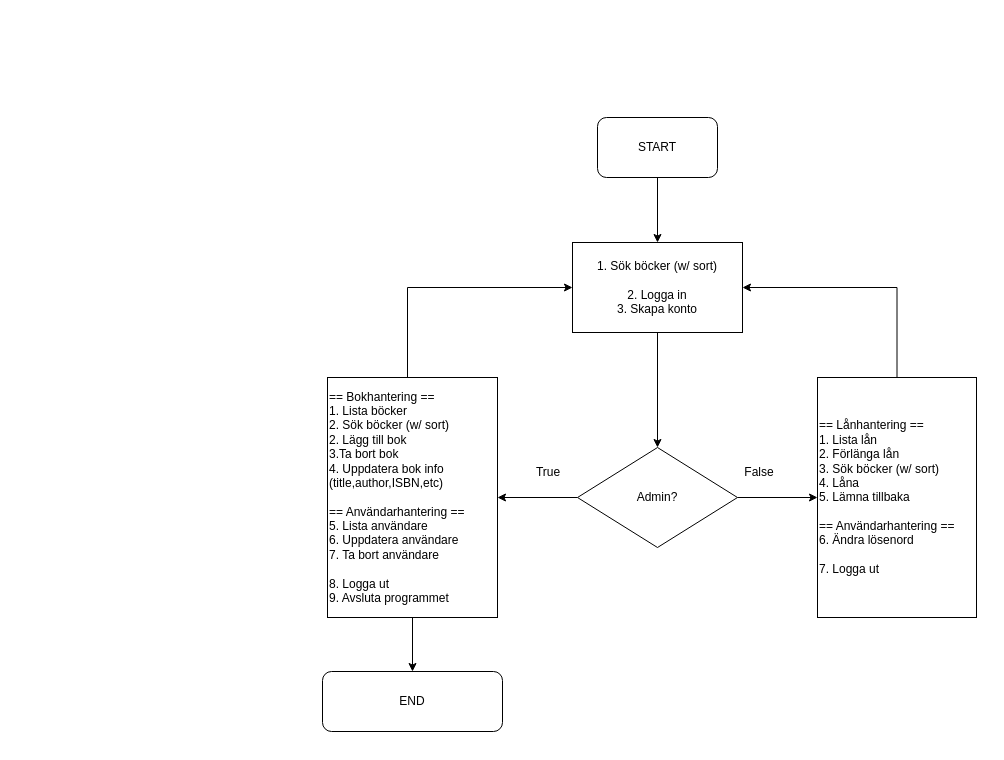
GeneSuelo/drawIO keeps this draw.io diagram as Planering.drawio. Above is the earlier version. Source tidied: cells renumbered, new cells numbered last; positions are measured from the earlier drawing's top-left corner, leaving out a move shared by most shapes. Both pictures are drawn from the tidied source at 100%, with x=0, y=0 at pixel (322, 117).
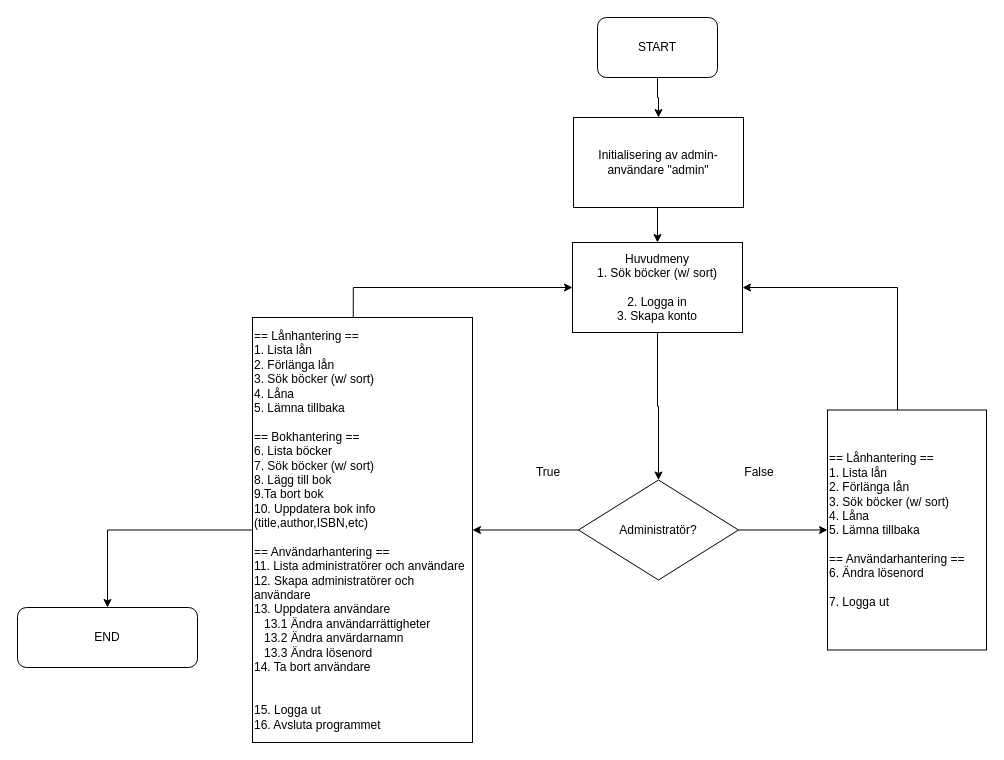
The same page after the edit.

What changed in the source:
```diff
@@
-    <mxCell id="3" style="edgeStyle=orthogonalEdgeStyle;rounded=0;jettySize=auto;html=1;" parent="1" edge="1" source="5" target="8">
-      <mxGeometry relative="1" as="geometry" />
-    </mxCell>
@@
-    <mxCell id="5" value="Admin?" style="rhombus;whiteSpace=wrap;html=1;" parent="1" vertex="1">
-      <mxGeometry x="255" y="330" width="160" height="100" as="geometry" />
+    <mxCell id="5" value="Administratör?" style="rhombus;whiteSpace=wrap;html=1;" parent="1" vertex="1">
+      <mxGeometry x="256" y="362.5" width="160" height="100" as="geometry" />
     </mxCell>
-    <mxCell id="6" style="edgeStyle=orthogonalEdgeStyle;rounded=0;jettySize=auto;html=1;entryX=0;entryY=0.5;entryDx=0;entryDy=0;" parent="1" edge="1" source="8" target="13">
+    <mxCell id="6" style="edgeStyle=orthogonalEdgeStyle;rounded=0;jettySize=auto;html=1;entryX=0;entryY=0.5;entryDx=0;entryDy=0;exitX=0.458;exitY=0.008;exitDx=0;exitDy=0;exitPerimeter=0;" parent="1" edge="1" source="8" target="13">
       <mxGeometry relative="1" as="geometry">
         <Array as="points">
-          <mxPoint x="85" y="170" />
+          <mxPoint x="31" y="170" />
         </Array>
       </mxGeometry>
     </mxCell>
@@
-    <mxCell id="8" value="&lt;div&gt;&lt;span style=&quot;&quot;&gt;== Bokhantering ==&lt;/span&gt;&lt;/div&gt;&lt;span style=&quot;&quot;&gt;1. Lista böcker&lt;/span&gt;&lt;div&gt;2. Sök böcker (w/ sort)&lt;br&gt;&lt;div&gt;2. Lägg till bok&lt;/div&gt;&lt;div&gt;3.Ta bort bok&lt;/div&gt;&lt;div&gt;4. Uppdatera bok info (title,author,ISBN,etc)&lt;/div&gt;&lt;div&gt;&lt;br&gt;&lt;/div&gt;&lt;div&gt;== Användarhantering ==&lt;br&gt;&lt;div style=&quot;&quot;&gt;5. Lista användare&lt;/div&gt;&lt;div style=&quot;&quot;&gt;6. Uppdatera användare&lt;/div&gt;&lt;div style=&quot;&quot;&gt;&lt;div&gt;&lt;div&gt;&lt;div&gt;7. Ta bort användare&lt;/div&gt;&lt;div&gt;&lt;br&gt;&lt;/div&gt;&lt;div&gt;8. Logga ut&lt;/div&gt;&lt;/div&gt;&lt;/div&gt;&lt;div&gt;9. Avsluta programmet&lt;/div&gt;&lt;/div&gt;&lt;/div&gt;&lt;/div&gt;" style="rounded=0;whiteSpace=wrap;html=1;align=left;" parent="1" vertex="1">
-      <mxGeometry x="5" y="260" width="170" height="240" as="geometry" />
+    <mxCell id="8" value="&lt;div&gt;&lt;div&gt;== Lånhantering ==&lt;/div&gt;1. Lista lån&lt;div&gt;2. Förlänga lån&lt;br&gt;&lt;div&gt;3. Sök böcker (w/ sort)&lt;br&gt;&lt;div&gt;&lt;div&gt;4. Låna&lt;span style=&quot;background-color: initial;&quot;&gt;&amp;nbsp;&lt;/span&gt;&lt;/div&gt;&lt;div&gt;5. Lämna tillbaka&lt;/div&gt;&lt;/div&gt;&lt;/div&gt;&lt;/div&gt;&lt;/div&gt;&lt;div&gt;&lt;span style=&quot;&quot;&gt;&lt;br&gt;&lt;/span&gt;&lt;/div&gt;&lt;div&gt;&lt;span style=&quot;&quot;&gt;== Bokhantering ==&lt;/span&gt;&lt;/div&gt;&lt;span style=&quot;&quot;&gt;6. Lista böcker&lt;/span&gt;&lt;div&gt;7. Sök böcker (w/ sort)&lt;br&gt;&lt;div&gt;8. Lägg till bok&lt;/div&gt;&lt;div&gt;9.Ta bort bok&lt;/div&gt;&lt;div&gt;10. Uppdatera bok info (title,author,ISBN,etc)&lt;/div&gt;&lt;div&gt;&lt;br&gt;&lt;/div&gt;&lt;div&gt;== Användarhantering ==&lt;br&gt;&lt;div style=&quot;&quot;&gt;11. Lista administratörer och användare&lt;/div&gt;&lt;div style=&quot;&quot;&gt;12. Skapa&amp;nbsp;&lt;span style=&quot;background-color: initial;&quot;&gt;administratörer och användare&lt;/span&gt;&lt;/div&gt;&lt;div style=&quot;&quot;&gt;13. Uppdatera användare&lt;/div&gt;&lt;div style=&quot;&quot;&gt;&amp;nbsp; &amp;nbsp;13.1&amp;nbsp;&lt;span style=&quot;background-color: initial;&quot;&gt;Ändra användarrättigheter&lt;/span&gt;&lt;span style=&quot;background-color: initial;&quot;&gt;&amp;nbsp;&lt;/span&gt;&lt;/div&gt;&lt;div style=&quot;&quot;&gt;&amp;nbsp; &amp;nbsp;13.2 Ändra anvärdarnamn&lt;/div&gt;&lt;div style=&quot;&quot;&gt;&amp;nbsp; &amp;nbsp;13.3&amp;nbsp;&lt;span style=&quot;background-color: initial;&quot;&gt;Ändra lösenord&lt;/span&gt;&lt;/div&gt;&lt;div style=&quot;&quot;&gt;&lt;div&gt;&lt;div&gt;14. Ta bort användare&lt;/div&gt;&lt;div&gt;&lt;br&gt;&lt;/div&gt;&lt;div&gt;&lt;br&gt;&lt;/div&gt;&lt;div&gt;15. Logga ut&lt;/div&gt;&lt;/div&gt;&lt;div&gt;16. Avsluta programmet&lt;/div&gt;&lt;/div&gt;&lt;/div&gt;&lt;/div&gt;" style="rounded=0;whiteSpace=wrap;html=1;align=left;" parent="1" vertex="1">
+      <mxGeometry x="-70" y="200" width="220" height="425" as="geometry" />
     </mxCell>
@@
     <mxCell id="10" value="&lt;div&gt;== Lånhantering ==&lt;/div&gt;1. Lista lån&lt;div&gt;2. Förlänga lån&lt;br&gt;&lt;div&gt;3. Sök böcker (w/ sort)&lt;br&gt;&lt;div&gt;&lt;div&gt;4. Låna&lt;span style=&quot;background-color: initial;&quot;&gt;&amp;nbsp;&lt;/span&gt;&lt;/div&gt;&lt;div&gt;5. Lämna tillbaka&lt;/div&gt;&lt;div&gt;&lt;br&gt;&lt;/div&gt;&lt;div&gt;== Användarhantering ==&lt;/div&gt;&lt;div&gt;6. Ändra lösenord&lt;/div&gt;&lt;div&gt;&lt;br&gt;&lt;/div&gt;&lt;div&gt;7. Logga ut&lt;/div&gt;&lt;/div&gt;&lt;/div&gt;&lt;/div&gt;" style="rounded=0;whiteSpace=wrap;html=1;align=left;" parent="1" vertex="1">
-      <mxGeometry x="495" y="260" width="159" height="240" as="geometry" />
+      <mxGeometry x="505" y="292.5" width="159" height="240" as="geometry" />
     </mxCell>
@@
-    <mxCell id="13" value="&lt;div&gt;1.&amp;nbsp;&lt;span style=&quot;text-align: left; background-color: initial;&quot;&gt;Sök böcker (w/ sort)&lt;/span&gt;&lt;/div&gt;&lt;div&gt;&lt;span style=&quot;text-align: left; background-color: initial;&quot;&gt;&lt;br&gt;&lt;/span&gt;&lt;/div&gt;2. Logga in&lt;div&gt;3. Skapa konto&lt;/div&gt;" style="rounded=0;whiteSpace=wrap;html=1;" parent="1" vertex="1">
+    <mxCell id="13" value="&lt;div&gt;Huvudmeny&lt;br&gt;1.&amp;nbsp;&lt;span style=&quot;text-align: left; background-color: initial;&quot;&gt;Sök böcker (w/ sort)&lt;/span&gt;&lt;/div&gt;&lt;div&gt;&lt;span style=&quot;text-align: left; background-color: initial;&quot;&gt;&lt;br&gt;&lt;/span&gt;&lt;/div&gt;2. Logga in&lt;div&gt;3. Skapa konto&lt;/div&gt;" style="rounded=0;whiteSpace=wrap;html=1;" parent="1" vertex="1">
       <mxGeometry x="250" y="125" width="170" height="90" as="geometry" />
     </mxCell>
-    <mxCell id="14" style="edgeStyle=orthogonalEdgeStyle;rounded=0;jettySize=auto;html=1;entryX=0.5;entryY=0;entryDx=0;entryDy=0;" parent="1" edge="1" source="15" target="13">
+    <mxCell id="14" style="edgeStyle=orthogonalEdgeStyle;rounded=0;jettySize=auto;html=1;entryX=0.5;entryY=0;entryDx=0;entryDy=0;exitX=0.5;exitY=1;exitDx=0;exitDy=0;" parent="1" edge="1" source="18" target="13">
       <mxGeometry relative="1" as="geometry" />
     </mxCell>
+    <mxCell id="17" style="edgeStyle=orthogonalEdgeStyle;rounded=0;jettySize=auto;html=1;" parent="1" edge="1" source="15" target="18">
+      <mxGeometry relative="1" as="geometry" />
+    </mxCell>
     <mxCell id="15" value="START" style="rounded=1;whiteSpace=wrap;html=1;" parent="1" vertex="1">
-      <mxGeometry x="275" width="120" height="60" as="geometry" />
+      <mxGeometry x="275" y="-100" width="120" height="60" as="geometry" />
     </mxCell>
     <mxCell id="16" value="END" style="rounded=1;whiteSpace=wrap;html=1;" parent="1" vertex="1">
-      <mxGeometry y="554" width="180" height="60" as="geometry" />
+      <mxGeometry x="-305" y="490" width="180" height="60" as="geometry" />
     </mxCell>
+    <mxCell id="3" style="edgeStyle=orthogonalEdgeStyle;rounded=0;jettySize=auto;html=1;entryX=1;entryY=0.5;entryDx=0;entryDy=0;" parent="1" edge="1" source="5" target="8">
+      <mxGeometry relative="1" as="geometry" />
+    </mxCell>
+    <mxCell id="18" value="Initialisering av admin-användare &quot;admin&quot;" style="rounded=0;whiteSpace=wrap;html=1;" parent="1" vertex="1">
+      <mxGeometry x="251" width="170" height="90" as="geometry" />
+    </mxCell>
```
